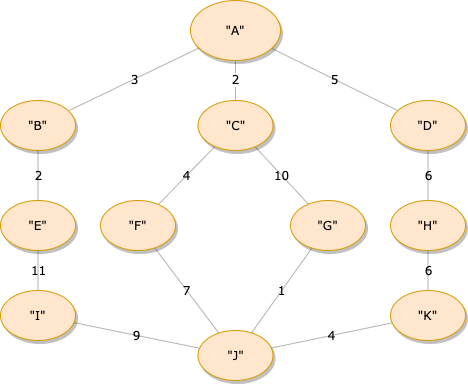
krisschaaf/BAI3_GKA keeps this draw.io diagram as Praktikum_2/Latex/Figs/Beispielgraph_1.png. Above is the earlier version. Source tidied: cells renumbered, new cells last; positions are measured from the earlier drawing's top-left corner, leaving out a move shared by most shapes. Source of this version:
```xml
<mxGraphModel>
  <root>
    <mxCell id="0" />
    <mxCell id="1" parent="0" />
    <mxCell id="2" style="edgeStyle=none;rounded=1;html=1;labelBackgroundColor=none;startArrow=none;startFill=0;startSize=5;endArrow=none;endFill=0;endSize=5;jettySize=auto;strokeColor=#B3B3B3;strokeWidth=1;fontFamily=Verdana;fontSize=12;" parent="1" edge="1" source="6" target="9">
      <mxGeometry relative="1" as="geometry" />
    </mxCell>
    <mxCell id="3" value="&lt;font style=&quot;font-size: 12px&quot; face=&quot;Verdana&quot;&gt;2&lt;/font&gt;" style="edgeLabel;html=1;align=center;verticalAlign=middle;" parent="2" vertex="1">
      <mxGeometry x="-0.08" y="-1" relative="1" as="geometry" />
    </mxCell>
    <mxCell id="4" value="3" style="edgeStyle=none;rounded=1;html=1;labelBackgroundColor=none;startArrow=none;startFill=0;startSize=5;endArrow=none;endFill=0;endSize=5;jettySize=auto;strokeColor=#B3B3B3;strokeWidth=1;fontFamily=Verdana;fontSize=12;" parent="1" edge="1" source="6" target="22">
      <mxGeometry relative="1" as="geometry" />
    </mxCell>
    <mxCell id="5" value="5" style="edgeStyle=none;rounded=1;html=1;labelBackgroundColor=none;startArrow=none;startFill=0;startSize=5;endArrow=none;endFill=0;endSize=5;jettySize=auto;strokeColor=#B3B3B3;strokeWidth=1;fontFamily=Verdana;fontSize=12;" parent="1" edge="1" source="6" target="11">
      <mxGeometry relative="1" as="geometry" />
    </mxCell>
    <mxCell id="6" value="&quot;A&quot;" style="ellipse;whiteSpace=wrap;html=1;rounded=0;shadow=1;comic=0;labelBackgroundColor=none;strokeWidth=1;fontFamily=Verdana;fontSize=12;align=center;fillColor=#ffe6cc;strokeColor=#d79b00;" parent="1" vertex="1">
      <mxGeometry x="190" width="90" height="60" as="geometry" />
    </mxCell>
    <mxCell id="7" value="4" style="edgeStyle=none;rounded=1;html=1;labelBackgroundColor=none;startArrow=none;startFill=0;startSize=5;endArrow=none;endFill=0;endSize=5;jettySize=auto;strokeColor=#B3B3B3;strokeWidth=1;fontFamily=Verdana;fontSize=12;" parent="1" edge="1" source="9" target="19">
      <mxGeometry relative="1" as="geometry" />
    </mxCell>
    <mxCell id="8" value="10" style="edgeStyle=none;rounded=1;html=1;labelBackgroundColor=none;startArrow=none;startFill=0;startSize=5;endArrow=none;endFill=0;endSize=5;jettySize=auto;strokeColor=#B3B3B3;strokeWidth=1;fontFamily=Verdana;fontSize=12;" parent="1" edge="1" source="9" target="17">
      <mxGeometry relative="1" as="geometry" />
    </mxCell>
    <mxCell id="9" value="&lt;span&gt;&quot;C&quot;&lt;/span&gt;" style="ellipse;whiteSpace=wrap;html=1;rounded=0;shadow=1;comic=0;labelBackgroundColor=none;strokeWidth=1;fontFamily=Verdana;fontSize=12;align=center;fillColor=#ffe6cc;strokeColor=#d79b00;" parent="1" vertex="1">
      <mxGeometry x="197.5" y="100" width="75" height="50" as="geometry" />
    </mxCell>
    <mxCell id="10" value="6" style="edgeStyle=none;rounded=1;html=1;labelBackgroundColor=none;startArrow=none;startFill=0;startSize=5;endArrow=none;endFill=0;endSize=5;jettySize=auto;strokeColor=#B3B3B3;strokeWidth=1;fontFamily=Verdana;fontSize=12;" parent="1" edge="1" source="11" target="13">
      <mxGeometry relative="1" as="geometry" />
    </mxCell>
    <mxCell id="11" value="&quot;D&quot;" style="ellipse;whiteSpace=wrap;html=1;rounded=0;shadow=1;comic=0;labelBackgroundColor=none;strokeWidth=1;fontFamily=Verdana;fontSize=12;align=center;fillColor=#ffe6cc;strokeColor=#d79b00;" parent="1" vertex="1">
      <mxGeometry x="390" y="100" width="75" height="50" as="geometry" />
    </mxCell>
    <mxCell id="12" value="6" style="edgeStyle=none;rounded=1;html=1;labelBackgroundColor=none;startArrow=none;startFill=0;startSize=5;endArrow=none;endFill=0;endSize=5;jettySize=auto;strokeColor=#B3B3B3;strokeWidth=1;fontFamily=Verdana;fontSize=12;" parent="1" edge="1" source="13" target="15">
      <mxGeometry relative="1" as="geometry" />
    </mxCell>
    <mxCell id="13" value="&lt;span&gt;&quot;H&quot;&lt;/span&gt;" style="ellipse;whiteSpace=wrap;html=1;rounded=0;shadow=1;comic=0;labelBackgroundColor=none;strokeWidth=1;fontFamily=Verdana;fontSize=12;align=center;fillColor=#ffe6cc;strokeColor=#d79b00;" parent="1" vertex="1">
      <mxGeometry x="390" y="200" width="75" height="50" as="geometry" />
    </mxCell>
    <mxCell id="14" value="4" style="edgeStyle=none;rounded=1;html=1;labelBackgroundColor=none;startArrow=none;startFill=0;startSize=5;endArrow=none;endFill=0;endSize=5;jettySize=auto;strokeColor=#B3B3B3;strokeWidth=1;fontFamily=Verdana;fontSize=12;" parent="1" edge="1" source="15" target="20">
      <mxGeometry relative="1" as="geometry" />
    </mxCell>
    <mxCell id="15" value="&lt;span&gt;&quot;K&quot;&lt;/span&gt;" style="ellipse;whiteSpace=wrap;html=1;rounded=0;shadow=1;comic=0;labelBackgroundColor=none;strokeWidth=1;fontFamily=Verdana;fontSize=12;align=center;fillColor=#ffe6cc;strokeColor=#d79b00;" parent="1" vertex="1">
      <mxGeometry x="390" y="290" width="75" height="50" as="geometry" />
    </mxCell>
    <mxCell id="16" value="1" style="edgeStyle=none;rounded=1;html=1;labelBackgroundColor=none;startArrow=none;startFill=0;startSize=5;endArrow=none;endFill=0;endSize=5;jettySize=auto;strokeColor=#B3B3B3;strokeWidth=1;fontFamily=Verdana;fontSize=12;" parent="1" edge="1" source="17" target="20">
      <mxGeometry relative="1" as="geometry" />
    </mxCell>
    <mxCell id="17" value="&lt;span&gt;&quot;G&quot;&lt;/span&gt;" style="ellipse;whiteSpace=wrap;html=1;rounded=0;shadow=1;comic=0;labelBackgroundColor=none;strokeWidth=1;fontFamily=Verdana;fontSize=12;align=center;fillColor=#ffe6cc;strokeColor=#d79b00;" parent="1" vertex="1">
      <mxGeometry x="290" y="200" width="75" height="50" as="geometry" />
    </mxCell>
    <mxCell id="18" value="7" style="edgeStyle=none;rounded=1;html=1;labelBackgroundColor=none;startArrow=none;startFill=0;startSize=5;endArrow=none;endFill=0;endSize=5;jettySize=auto;strokeColor=#B3B3B3;strokeWidth=1;fontFamily=Verdana;fontSize=12;" parent="1" edge="1" source="19" target="20">
      <mxGeometry relative="1" as="geometry" />
    </mxCell>
    <mxCell id="19" value="&lt;span&gt;&quot;F&quot;&lt;/span&gt;" style="ellipse;whiteSpace=wrap;html=1;rounded=0;shadow=1;comic=0;labelBackgroundColor=none;strokeWidth=1;fontFamily=Verdana;fontSize=12;align=center;fillColor=#ffe6cc;strokeColor=#d79b00;" parent="1" vertex="1">
      <mxGeometry x="100" y="200" width="75" height="50" as="geometry" />
    </mxCell>
    <mxCell id="20" value="&quot;J&quot;" style="ellipse;whiteSpace=wrap;html=1;rounded=0;shadow=1;comic=0;labelBackgroundColor=none;strokeWidth=1;fontFamily=Verdana;fontSize=12;align=center;fillColor=#ffe6cc;strokeColor=#d79b00;" parent="1" vertex="1">
      <mxGeometry x="197.5" y="330" width="75" height="50" as="geometry" />
    </mxCell>
    <mxCell id="21" value="2" style="edgeStyle=none;rounded=1;html=1;labelBackgroundColor=none;startArrow=none;startFill=0;startSize=5;endArrow=none;endFill=0;endSize=5;jettySize=auto;strokeColor=#B3B3B3;strokeWidth=1;fontFamily=Verdana;fontSize=12;" parent="1" edge="1" source="22" target="24">
      <mxGeometry relative="1" as="geometry" />
    </mxCell>
    <mxCell id="22" value="&quot;B&quot;" style="ellipse;whiteSpace=wrap;html=1;rounded=0;shadow=1;comic=0;labelBackgroundColor=none;strokeWidth=1;fontFamily=Verdana;fontSize=12;align=center;fillColor=#ffe6cc;strokeColor=#d79b00;" parent="1" vertex="1">
      <mxGeometry y="100" width="75" height="50" as="geometry" />
    </mxCell>
    <mxCell id="23" value="11" style="edgeStyle=none;rounded=1;html=1;labelBackgroundColor=none;startArrow=none;startFill=0;startSize=5;endArrow=none;endFill=0;endSize=5;jettySize=auto;strokeColor=#B3B3B3;strokeWidth=1;fontFamily=Verdana;fontSize=12;" parent="1" edge="1" source="24" target="26">
      <mxGeometry relative="1" as="geometry" />
    </mxCell>
    <mxCell id="24" value="&lt;span&gt;&quot;E&quot;&lt;/span&gt;" style="ellipse;whiteSpace=wrap;html=1;rounded=0;shadow=1;comic=0;labelBackgroundColor=none;strokeWidth=1;fontFamily=Verdana;fontSize=12;align=center;fillColor=#ffe6cc;strokeColor=#d79b00;" parent="1" vertex="1">
      <mxGeometry y="200" width="75" height="50" as="geometry" />
    </mxCell>
    <mxCell id="25" value="9" style="edgeStyle=none;rounded=1;html=1;labelBackgroundColor=none;startArrow=none;startFill=0;startSize=5;endArrow=none;endFill=0;endSize=5;jettySize=auto;strokeColor=#B3B3B3;strokeWidth=1;fontFamily=Verdana;fontSize=12;" parent="1" edge="1" source="26" target="20">
      <mxGeometry relative="1" as="geometry" />
    </mxCell>
    <mxCell id="26" value="&lt;span&gt;&quot;I&quot;&lt;/span&gt;" style="ellipse;whiteSpace=wrap;html=1;rounded=0;shadow=1;comic=0;labelBackgroundColor=none;strokeWidth=1;fontFamily=Verdana;fontSize=12;align=center;fillColor=#ffe6cc;strokeColor=#d79b00;" parent="1" vertex="1">
      <mxGeometry y="290" width="75" height="50" as="geometry" />
    </mxCell>
  </root>
</mxGraphModel>
```
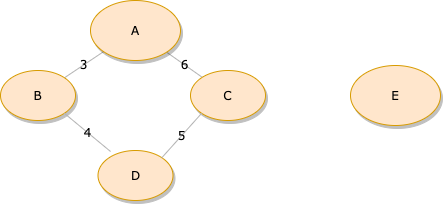
After the commit.

What changed in the source:
```diff
@@ -2,80 +2,32 @@
   <root>
     <mxCell id="0" />
     <mxCell id="1" parent="0" />
-    <mxCell id="2" style="edgeStyle=none;rounded=1;html=1;labelBackgroundColor=none;startArrow=none;startFill=0;startSize=5;endArrow=none;endFill=0;endSize=5;jettySize=auto;strokeColor=#B3B3B3;strokeWidth=1;fontFamily=Verdana;fontSize=12;" parent="1" edge="1" source="6" target="9">
-      <mxGeometry relative="1" as="geometry" />
-    </mxCell>
-    <mxCell id="3" value="&lt;font style=&quot;font-size: 12px&quot; face=&quot;Verdana&quot;&gt;2&lt;/font&gt;" style="edgeLabel;html=1;align=center;verticalAlign=middle;" parent="2" vertex="1">
-      <mxGeometry x="-0.08" y="-1" relative="1" as="geometry" />
-    </mxCell>
     <mxCell id="4" value="3" style="edgeStyle=none;rounded=1;html=1;labelBackgroundColor=none;startArrow=none;startFill=0;startSize=5;endArrow=none;endFill=0;endSize=5;jettySize=auto;strokeColor=#B3B3B3;strokeWidth=1;fontFamily=Verdana;fontSize=12;" parent="1" edge="1" source="6" target="22">
       <mxGeometry relative="1" as="geometry" />
     </mxCell>
-    <mxCell id="5" value="5" style="edgeStyle=none;rounded=1;html=1;labelBackgroundColor=none;startArrow=none;startFill=0;startSize=5;endArrow=none;endFill=0;endSize=5;jettySize=auto;strokeColor=#B3B3B3;strokeWidth=1;fontFamily=Verdana;fontSize=12;" parent="1" edge="1" source="6" target="11">
+    <mxCell id="5" value="6" style="edgeStyle=none;rounded=1;html=1;labelBackgroundColor=none;startArrow=none;startFill=0;startSize=5;endArrow=none;endFill=0;endSize=5;jettySize=auto;strokeColor=#B3B3B3;strokeWidth=1;fontFamily=Verdana;fontSize=12;" parent="1" edge="1" source="6" target="11">
       <mxGeometry relative="1" as="geometry" />
     </mxCell>
-    <mxCell id="6" value="&quot;A&quot;" style="ellipse;whiteSpace=wrap;html=1;rounded=0;shadow=1;comic=0;labelBackgroundColor=none;strokeWidth=1;fontFamily=Verdana;fontSize=12;align=center;fillColor=#ffe6cc;strokeColor=#d79b00;" parent="1" vertex="1">
+    <mxCell id="6" value="A" style="ellipse;whiteSpace=wrap;html=1;rounded=0;shadow=1;comic=0;labelBackgroundColor=none;strokeWidth=1;fontFamily=Verdana;fontSize=12;align=center;fillColor=#ffe6cc;strokeColor=#d79b00;" parent="1" vertex="1">
       <mxGeometry x="190" width="90" height="60" as="geometry" />
     </mxCell>
-    <mxCell id="7" value="4" style="edgeStyle=none;rounded=1;html=1;labelBackgroundColor=none;startArrow=none;startFill=0;startSize=5;endArrow=none;endFill=0;endSize=5;jettySize=auto;strokeColor=#B3B3B3;strokeWidth=1;fontFamily=Verdana;fontSize=12;" parent="1" edge="1" source="9" target="19">
-      <mxGeometry relative="1" as="geometry" />
-    </mxCell>
-    <mxCell id="8" value="10" style="edgeStyle=none;rounded=1;html=1;labelBackgroundColor=none;startArrow=none;startFill=0;startSize=5;endArrow=none;endFill=0;endSize=5;jettySize=auto;strokeColor=#B3B3B3;strokeWidth=1;fontFamily=Verdana;fontSize=12;" parent="1" edge="1" source="9" target="17">
-      <mxGeometry relative="1" as="geometry" />
-    </mxCell>
-    <mxCell id="9" value="&lt;span&gt;&quot;C&quot;&lt;/span&gt;" style="ellipse;whiteSpace=wrap;html=1;rounded=0;shadow=1;comic=0;labelBackgroundColor=none;strokeWidth=1;fontFamily=Verdana;fontSize=12;align=center;fillColor=#ffe6cc;strokeColor=#d79b00;" parent="1" vertex="1">
-      <mxGeometry x="197.5" y="100" width="75" height="50" as="geometry" />
-    </mxCell>
-    <mxCell id="10" value="6" style="edgeStyle=none;rounded=1;html=1;labelBackgroundColor=none;startArrow=none;startFill=0;startSize=5;endArrow=none;endFill=0;endSize=5;jettySize=auto;strokeColor=#B3B3B3;strokeWidth=1;fontFamily=Verdana;fontSize=12;" parent="1" edge="1" source="11" target="13">
-      <mxGeometry relative="1" as="geometry" />
-    </mxCell>
-    <mxCell id="11" value="&quot;D&quot;" style="ellipse;whiteSpace=wrap;html=1;rounded=0;shadow=1;comic=0;labelBackgroundColor=none;strokeWidth=1;fontFamily=Verdana;fontSize=12;align=center;fillColor=#ffe6cc;strokeColor=#d79b00;" parent="1" vertex="1">
-      <mxGeometry x="390" y="100" width="75" height="50" as="geometry" />
+    <mxCell id="11" value="C" style="ellipse;whiteSpace=wrap;html=1;rounded=0;shadow=1;comic=0;labelBackgroundColor=none;strokeWidth=1;fontFamily=Verdana;fontSize=12;align=center;fillColor=#ffe6cc;strokeColor=#d79b00;" parent="1" vertex="1">
+      <mxGeometry x="290" y="70" width="75" height="50" as="geometry" />
     </mxCell>
-    <mxCell id="12" value="6" style="edgeStyle=none;rounded=1;html=1;labelBackgroundColor=none;startArrow=none;startFill=0;startSize=5;endArrow=none;endFill=0;endSize=5;jettySize=auto;strokeColor=#B3B3B3;strokeWidth=1;fontFamily=Verdana;fontSize=12;" parent="1" edge="1" source="13" target="15">
-      <mxGeometry relative="1" as="geometry" />
-    </mxCell>
-    <mxCell id="13" value="&lt;span&gt;&quot;H&quot;&lt;/span&gt;" style="ellipse;whiteSpace=wrap;html=1;rounded=0;shadow=1;comic=0;labelBackgroundColor=none;strokeWidth=1;fontFamily=Verdana;fontSize=12;align=center;fillColor=#ffe6cc;strokeColor=#d79b00;" parent="1" vertex="1">
-      <mxGeometry x="390" y="200" width="75" height="50" as="geometry" />
-    </mxCell>
-    <mxCell id="14" value="4" style="edgeStyle=none;rounded=1;html=1;labelBackgroundColor=none;startArrow=none;startFill=0;startSize=5;endArrow=none;endFill=0;endSize=5;jettySize=auto;strokeColor=#B3B3B3;strokeWidth=1;fontFamily=Verdana;fontSize=12;" parent="1" edge="1" source="15" target="20">
-      <mxGeometry relative="1" as="geometry" />
-    </mxCell>
-    <mxCell id="15" value="&lt;span&gt;&quot;K&quot;&lt;/span&gt;" style="ellipse;whiteSpace=wrap;html=1;rounded=0;shadow=1;comic=0;labelBackgroundColor=none;strokeWidth=1;fontFamily=Verdana;fontSize=12;align=center;fillColor=#ffe6cc;strokeColor=#d79b00;" parent="1" vertex="1">
-      <mxGeometry x="390" y="290" width="75" height="50" as="geometry" />
-    </mxCell>
-    <mxCell id="16" value="1" style="edgeStyle=none;rounded=1;html=1;labelBackgroundColor=none;startArrow=none;startFill=0;startSize=5;endArrow=none;endFill=0;endSize=5;jettySize=auto;strokeColor=#B3B3B3;strokeWidth=1;fontFamily=Verdana;fontSize=12;" parent="1" edge="1" source="17" target="20">
-      <mxGeometry relative="1" as="geometry" />
-    </mxCell>
-    <mxCell id="17" value="&lt;span&gt;&quot;G&quot;&lt;/span&gt;" style="ellipse;whiteSpace=wrap;html=1;rounded=0;shadow=1;comic=0;labelBackgroundColor=none;strokeWidth=1;fontFamily=Verdana;fontSize=12;align=center;fillColor=#ffe6cc;strokeColor=#d79b00;" parent="1" vertex="1">
-      <mxGeometry x="290" y="200" width="75" height="50" as="geometry" />
-    </mxCell>
-    <mxCell id="18" value="7" style="edgeStyle=none;rounded=1;html=1;labelBackgroundColor=none;startArrow=none;startFill=0;startSize=5;endArrow=none;endFill=0;endSize=5;jettySize=auto;strokeColor=#B3B3B3;strokeWidth=1;fontFamily=Verdana;fontSize=12;" parent="1" edge="1" source="19" target="20">
-      <mxGeometry relative="1" as="geometry" />
-    </mxCell>
-    <mxCell id="19" value="&lt;span&gt;&quot;F&quot;&lt;/span&gt;" style="ellipse;whiteSpace=wrap;html=1;rounded=0;shadow=1;comic=0;labelBackgroundColor=none;strokeWidth=1;fontFamily=Verdana;fontSize=12;align=center;fillColor=#ffe6cc;strokeColor=#d79b00;" parent="1" vertex="1">
-      <mxGeometry x="100" y="200" width="75" height="50" as="geometry" />
-    </mxCell>
-    <mxCell id="20" value="&quot;J&quot;" style="ellipse;whiteSpace=wrap;html=1;rounded=0;shadow=1;comic=0;labelBackgroundColor=none;strokeWidth=1;fontFamily=Verdana;fontSize=12;align=center;fillColor=#ffe6cc;strokeColor=#d79b00;" parent="1" vertex="1">
-      <mxGeometry x="197.5" y="330" width="75" height="50" as="geometry" />
-    </mxCell>
-    <mxCell id="21" value="2" style="edgeStyle=none;rounded=1;html=1;labelBackgroundColor=none;startArrow=none;startFill=0;startSize=5;endArrow=none;endFill=0;endSize=5;jettySize=auto;strokeColor=#B3B3B3;strokeWidth=1;fontFamily=Verdana;fontSize=12;" parent="1" edge="1" source="22" target="24">
-      <mxGeometry relative="1" as="geometry" />
-    </mxCell>
-    <mxCell id="22" value="&quot;B&quot;" style="ellipse;whiteSpace=wrap;html=1;rounded=0;shadow=1;comic=0;labelBackgroundColor=none;strokeWidth=1;fontFamily=Verdana;fontSize=12;align=center;fillColor=#ffe6cc;strokeColor=#d79b00;" parent="1" vertex="1">
-      <mxGeometry y="100" width="75" height="50" as="geometry" />
+    <mxCell id="22" value="B" style="ellipse;whiteSpace=wrap;html=1;rounded=0;shadow=1;comic=0;labelBackgroundColor=none;strokeWidth=1;fontFamily=Verdana;fontSize=12;align=center;fillColor=#ffe6cc;strokeColor=#d79b00;" parent="1" vertex="1">
+      <mxGeometry x="100" y="70" width="75" height="50" as="geometry" />
     </mxCell>
-    <mxCell id="23" value="11" style="edgeStyle=none;rounded=1;html=1;labelBackgroundColor=none;startArrow=none;startFill=0;startSize=5;endArrow=none;endFill=0;endSize=5;jettySize=auto;strokeColor=#B3B3B3;strokeWidth=1;fontFamily=Verdana;fontSize=12;" parent="1" edge="1" source="24" target="26">
-      <mxGeometry relative="1" as="geometry" />
-    </mxCell>
-    <mxCell id="24" value="&lt;span&gt;&quot;E&quot;&lt;/span&gt;" style="ellipse;whiteSpace=wrap;html=1;rounded=0;shadow=1;comic=0;labelBackgroundColor=none;strokeWidth=1;fontFamily=Verdana;fontSize=12;align=center;fillColor=#ffe6cc;strokeColor=#d79b00;" parent="1" vertex="1">
-      <mxGeometry y="200" width="75" height="50" as="geometry" />
-    </mxCell>
-    <mxCell id="25" value="9" style="edgeStyle=none;rounded=1;html=1;labelBackgroundColor=none;startArrow=none;startFill=0;startSize=5;endArrow=none;endFill=0;endSize=5;jettySize=auto;strokeColor=#B3B3B3;strokeWidth=1;fontFamily=Verdana;fontSize=12;" parent="1" edge="1" source="26" target="20">
-      <mxGeometry relative="1" as="geometry" />
-    </mxCell>
-    <mxCell id="26" value="&lt;span&gt;&quot;I&quot;&lt;/span&gt;" style="ellipse;whiteSpace=wrap;html=1;rounded=0;shadow=1;comic=0;labelBackgroundColor=none;strokeWidth=1;fontFamily=Verdana;fontSize=12;align=center;fillColor=#ffe6cc;strokeColor=#d79b00;" parent="1" vertex="1">
-      <mxGeometry y="290" width="75" height="50" as="geometry" />
-    </mxCell>
+    <mxCell id="27" value="&lt;span&gt;D&lt;/span&gt;" style="ellipse;whiteSpace=wrap;html=1;rounded=0;shadow=1;comic=0;labelBackgroundColor=none;strokeWidth=1;fontFamily=Verdana;fontSize=12;align=center;fillColor=#ffe6cc;strokeColor=#d79b00;" parent="1" vertex="1">
+      <mxGeometry x="197.5" y="150" width="75" height="50" as="geometry" />
+    </mxCell>
+    <mxCell id="28" value="4" style="edgeStyle=none;rounded=1;html=1;labelBackgroundColor=none;startArrow=none;startFill=0;startSize=5;endArrow=none;endFill=0;endSize=5;jettySize=auto;strokeColor=#B3B3B3;strokeWidth=1;fontFamily=Verdana;fontSize=12;exitX=1;exitY=1;exitDx=0;exitDy=0;entryX=0.167;entryY=0.02;entryDx=0;entryDy=0;entryPerimeter=0;" parent="1" edge="1" source="22" target="27">
+      <mxGeometry relative="1" as="geometry" />
+    </mxCell>
+    <mxCell id="29" value="5" style="edgeStyle=none;rounded=1;html=1;labelBackgroundColor=none;startArrow=none;startFill=0;startSize=5;endArrow=none;endFill=0;endSize=5;jettySize=auto;strokeColor=#B3B3B3;strokeWidth=1;fontFamily=Verdana;fontSize=12;entryX=0;entryY=1;entryDx=0;entryDy=0;exitX=1;exitY=0;exitDx=0;exitDy=0;" parent="1" edge="1" source="27" target="11">
+      <mxGeometry relative="1" as="geometry" />
+    </mxCell>
+    <mxCell id="30" value="E" style="ellipse;whiteSpace=wrap;html=1;rounded=0;shadow=1;comic=0;labelBackgroundColor=none;strokeWidth=1;fontFamily=Verdana;fontSize=12;align=center;fillColor=#ffe6cc;strokeColor=#d79b00;" parent="1" vertex="1">
+      <mxGeometry x="450" y="65" width="90" height="60" as="geometry" />
+    </mxCell>
   </root>
 </mxGraphModel>
```
